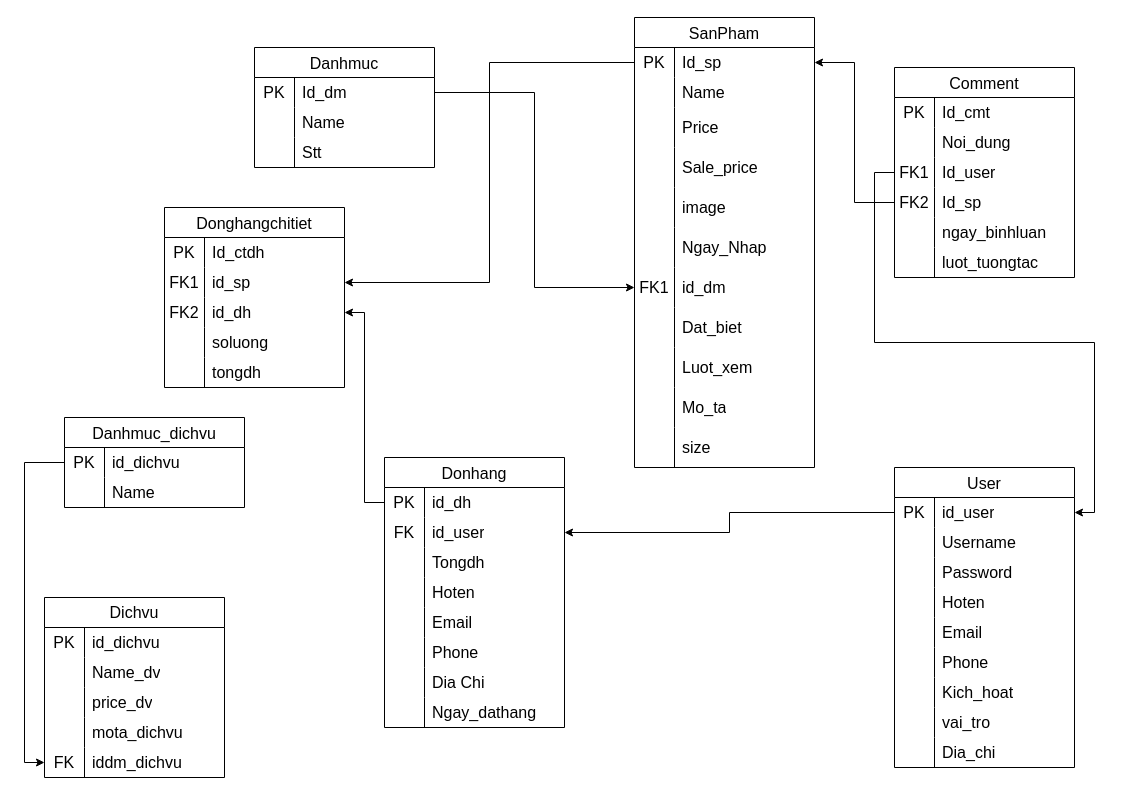
Before: DuAn1.drawio in taipt204/web1043-web18304, a draw.io diagram. Source tidied: cells renumbered, new cells numbered last; positions are measured from the earlier drawing's top-left corner, leaving out a move shared by most shapes. Both pictures are drawn from the tidied source at 100%, with x=0, y=0 at pixel (44, 17).
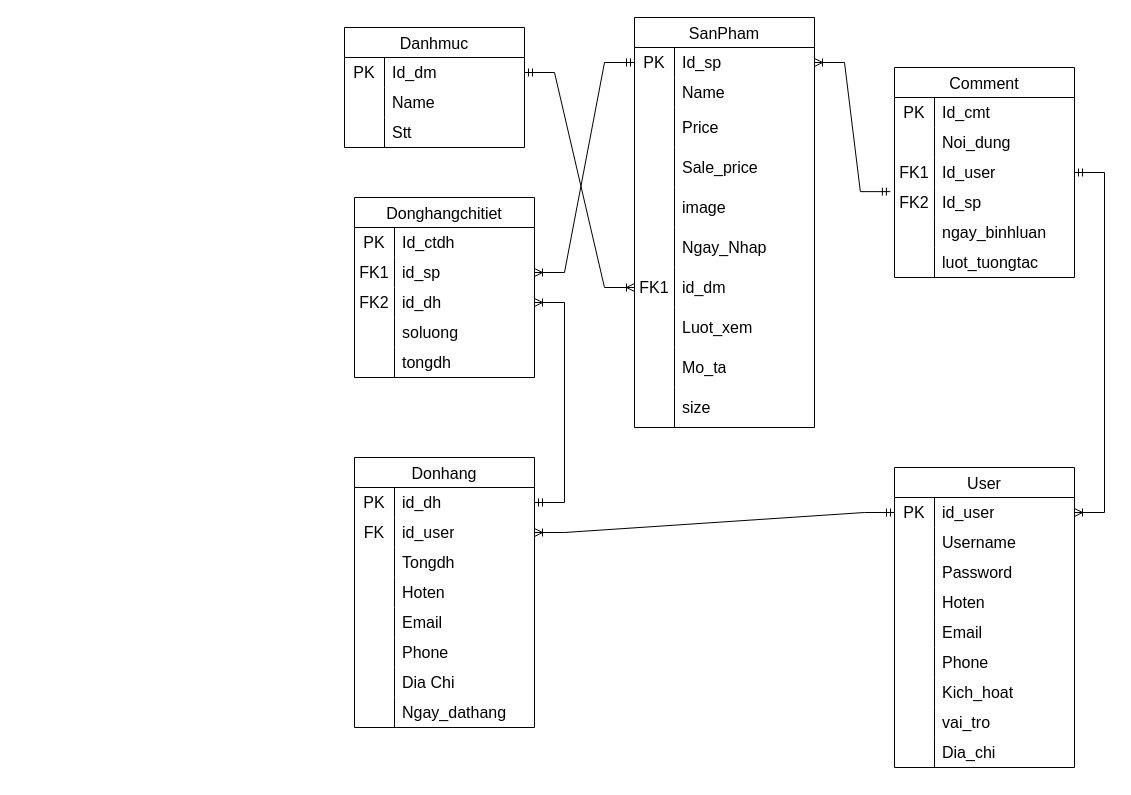
Above is the later version.

Commit message:
Cập nhật DuAn1.drawio

The change refers to these unchanged cells:
```xml
<mxCell id="3" style="shape=tableRow;horizontal=0;startSize=0;swimlaneHead=0;swimlaneBody=0;top=0;left=0;bottom=0;right=0;fillColor=none;points=[[0,0.5],[1,0.5]];portConstraint=eastwest;strokeColor=inherit;fontSize=16;" parent="2" vertex="1">
  <mxGeometry y="30" width="180" height="30" as="geometry" />
</mxCell>
<mxCell id="13" style="shape=tableRow;horizontal=0;startSize=0;swimlaneHead=0;swimlaneBody=0;top=0;left=0;bottom=0;right=0;fillColor=none;points=[[0,0.5],[1,0.5]];portConstraint=eastwest;strokeColor=inherit;fontSize=16;" parent="12" vertex="1">
  <mxGeometry y="30" width="180" height="30" as="geometry" />
</mxCell>
<mxCell id="31" style="shape=tableRow;horizontal=0;startSize=0;swimlaneHead=0;swimlaneBody=0;top=0;left=0;bottom=0;right=0;fillColor=none;points=[[0,0.5],[1,0.5]];portConstraint=eastwest;strokeColor=inherit;fontSize=16;" parent="12" vertex="1">
  <mxGeometry y="250" width="180" height="40" as="geometry" />
</mxCell>
<mxCell id="51" style="shape=tableRow;horizontal=0;startSize=0;swimlaneHead=0;swimlaneBody=0;top=0;left=0;bottom=0;right=0;fillColor=none;points=[[0,0.5],[1,0.5]];portConstraint=eastwest;strokeColor=inherit;fontSize=16;" parent="47" vertex="1">
  <mxGeometry y="60" width="180" height="30" as="geometry" />
</mxCell>
<mxCell id="54" style="shape=tableRow;horizontal=0;startSize=0;swimlaneHead=0;swimlaneBody=0;top=0;left=0;bottom=0;right=0;fillColor=none;points=[[0,0.5],[1,0.5]];portConstraint=eastwest;strokeColor=inherit;fontSize=16;" parent="47" vertex="1">
  <mxGeometry y="90" width="180" height="30" as="geometry" />
</mxCell>
<mxCell id="64" style="shape=tableRow;horizontal=0;startSize=0;swimlaneHead=0;swimlaneBody=0;top=0;left=0;bottom=0;right=0;fillColor=none;points=[[0,0.5],[1,0.5]];portConstraint=eastwest;strokeColor=inherit;fontSize=16;" parent="63" vertex="1">
  <mxGeometry y="30" width="180" height="30" as="geometry" />
</mxCell>
<mxCell id="67" style="shape=tableRow;horizontal=0;startSize=0;swimlaneHead=0;swimlaneBody=0;top=0;left=0;bottom=0;right=0;fillColor=none;points=[[0,0.5],[1,0.5]];portConstraint=eastwest;strokeColor=inherit;fontSize=16;" parent="63" vertex="1">
  <mxGeometry y="60" width="180" height="30" as="geometry" />
</mxCell>
<mxCell id="91" style="shape=tableRow;horizontal=0;startSize=0;swimlaneHead=0;swimlaneBody=0;top=0;left=0;bottom=0;right=0;fillColor=none;points=[[0,0.5],[1,0.5]];portConstraint=eastwest;strokeColor=inherit;fontSize=16;" parent="90" vertex="1">
  <mxGeometry y="30" width="180" height="30" as="geometry" />
</mxCell>
<mxCell id="126" style="shape=tableRow;horizontal=0;startSize=0;swimlaneHead=0;swimlaneBody=0;top=0;left=0;bottom=0;right=0;fillColor=none;points=[[0,0.5],[1,0.5]];portConstraint=eastwest;strokeColor=inherit;fontSize=16;" parent="119" vertex="1">
  <mxGeometry y="90" width="180" height="30" as="geometry" />
</mxCell>
<mxCell id="129" style="shape=tableRow;horizontal=0;startSize=0;swimlaneHead=0;swimlaneBody=0;top=0;left=0;bottom=0;right=0;fillColor=none;points=[[0,0.5],[1,0.5]];portConstraint=eastwest;strokeColor=inherit;fontSize=16;" parent="119" vertex="1">
  <mxGeometry y="120" width="180" height="30" as="geometry" />
</mxCell>
```

Change to the diagram source:
```diff
@@
     <mxCell id="2" value="Danhmuc" style="shape=table;startSize=30;childLayout=tableLayout;rowLines=0;fontStyle=0;strokeColor=default;fontSize=16;" parent="1" vertex="1">
-      <mxGeometry x="210" y="30" width="180" height="120" as="geometry" />
+      <mxGeometry x="300" y="10" width="180" height="120" as="geometry" />
     </mxCell>
@@
     <mxCell id="12" value="SanPham" style="shape=table;startSize=30;childLayout=tableLayout;rowLines=0;fontStyle=0;strokeColor=default;fontSize=16;" parent="1" vertex="1">
-      <mxGeometry x="590" width="180" height="450" as="geometry" />
+      <mxGeometry x="590" width="180" height="410" as="geometry" />
     </mxCell>
@@
-    <mxCell id="34" style="shape=tableRow;horizontal=0;startSize=0;swimlaneHead=0;swimlaneBody=0;top=0;left=0;bottom=0;right=0;fillColor=none;strokeColor=inherit;fontSize=16;" parent="12" vertex="1">
-      <mxGeometry y="290" width="180" height="40" as="geometry" />
-    </mxCell>
-    <mxCell id="35" style="shape=partialRectangle;html=1;whiteSpace=wrap;fillColor=none;top=0;left=0;bottom=0;right=0;overflow=hidden;strokeColor=inherit;fontSize=16;" parent="34" vertex="1">
-      <mxGeometry width="40" height="40" as="geometry" />
-    </mxCell>
-    <mxCell id="36" value="Dat_biet" style="shape=partialRectangle;html=1;whiteSpace=wrap;fillColor=none;top=0;left=0;bottom=0;right=0;align=left;spacingLeft=6;overflow=hidden;strokeColor=inherit;fontSize=16;" parent="34" vertex="1">
-      <mxGeometry x="40" width="140" height="40" as="geometry" />
-    </mxCell>
     <mxCell id="37" style="shape=tableRow;horizontal=0;startSize=0;swimlaneHead=0;swimlaneBody=0;top=0;left=0;bottom=0;right=0;fillColor=none;strokeColor=inherit;fontSize=16;" parent="12" vertex="1">
-      <mxGeometry y="330" width="180" height="40" as="geometry" />
+      <mxGeometry y="290" width="180" height="40" as="geometry" />
     </mxCell>
@@
     <mxCell id="40" style="shape=tableRow;horizontal=0;startSize=0;swimlaneHead=0;swimlaneBody=0;top=0;left=0;bottom=0;right=0;fillColor=none;strokeColor=inherit;fontSize=16;" parent="12" vertex="1">
-      <mxGeometry y="370" width="180" height="40" as="geometry" />
+      <mxGeometry y="330" width="180" height="40" as="geometry" />
     </mxCell>
@@
     <mxCell id="43" style="shape=tableRow;horizontal=0;startSize=0;swimlaneHead=0;swimlaneBody=0;top=0;left=0;bottom=0;right=0;fillColor=none;strokeColor=inherit;fontSize=16;" parent="12" vertex="1">
-      <mxGeometry y="410" width="180" height="40" as="geometry" />
+      <mxGeometry y="370" width="180" height="40" as="geometry" />
     </mxCell>
@@
-    <mxCell id="46" style="edgeStyle=orthogonalEdgeStyle;rounded=0;jettySize=auto;html=1;" parent="1" edge="1" source="3" target="31">
-      <mxGeometry relative="1" as="geometry" />
-    </mxCell>
     <mxCell id="47" value="Donghangchitiet" style="shape=table;startSize=30;childLayout=tableLayout;rowLines=0;fontStyle=0;strokeColor=default;fontSize=16;" parent="1" vertex="1">
-      <mxGeometry x="120" y="190" width="180" height="180" as="geometry" />
+      <mxGeometry x="310" y="180" width="180" height="180" as="geometry" />
     </mxCell>
@@
     <mxCell id="63" value="Donhang" style="shape=table;startSize=30;childLayout=tableLayout;rowLines=0;fontStyle=0;strokeColor=default;fontSize=16;" parent="1" vertex="1">
-      <mxGeometry x="340" y="440" width="180" height="270" as="geometry" />
+      <mxGeometry x="310" y="440" width="180" height="270" as="geometry" />
     </mxCell>
@@
-    <mxCell id="88" style="edgeStyle=orthogonalEdgeStyle;rounded=0;jettySize=auto;html=1;" parent="1" edge="1" source="64" target="54">
-      <mxGeometry relative="1" as="geometry" />
-    </mxCell>
-    <mxCell id="89" style="edgeStyle=orthogonalEdgeStyle;rounded=0;jettySize=auto;html=1;entryX=1;entryY=0.5;entryDx=0;entryDy=0;" parent="1" edge="1" source="13" target="51">
-      <mxGeometry relative="1" as="geometry" />
-    </mxCell>
@@
-    <mxCell id="118" style="edgeStyle=orthogonalEdgeStyle;rounded=0;jettySize=auto;html=1;entryX=1;entryY=0.5;entryDx=0;entryDy=0;" parent="1" edge="1" source="91" target="67">
-      <mxGeometry relative="1" as="geometry" />
-    </mxCell>
@@
+    <mxCell id="46" style="edgeStyle=entityRelationEdgeStyle;fontSize=12;html=1;endArrow=ERoneToMany;startArrow=ERmandOne;rounded=0;entryX=0;entryY=0.5;entryDx=0;entryDy=0;" parent="1" edge="1" source="3" target="31">
+      <mxGeometry relative="1" as="geometry" />
+    </mxCell>
+    <mxCell id="89" style="edgeStyle=entityRelationEdgeStyle;fontSize=12;html=1;endArrow=ERoneToMany;startArrow=ERmandOne;rounded=0;exitX=0;exitY=0.5;exitDx=0;exitDy=0;" parent="1" edge="1" source="13" target="51">
+      <mxGeometry relative="1" as="geometry" />
+    </mxCell>
+    <mxCell id="88" style="edgeStyle=entityRelationEdgeStyle;fontSize=12;html=1;endArrow=ERoneToMany;startArrow=ERmandOne;rounded=0;entryX=1;entryY=0.5;entryDx=0;entryDy=0;" parent="1" edge="1" source="64" target="54">
+      <mxGeometry relative="1" as="geometry" />
+    </mxCell>
-    <mxCell id="138" style="edgeStyle=orthogonalEdgeStyle;rounded=0;jettySize=auto;html=1;" parent="1" edge="1" source="129" target="13">
+    <mxCell id="138" style="edgeStyle=entityRelationEdgeStyle;fontSize=12;html=1;endArrow=ERoneToMany;startArrow=ERmandOne;rounded=0;exitX=-0.023;exitY=0.138;exitDx=0;exitDy=0;exitPerimeter=0;" parent="1" edge="1" source="129" target="13">
       <mxGeometry relative="1" as="geometry" />
     </mxCell>
-    <mxCell id="139" style="edgeStyle=orthogonalEdgeStyle;rounded=0;jettySize=auto;html=1;entryX=1;entryY=0.5;entryDx=0;entryDy=0;strokeColor=#000000;" parent="1" edge="1" source="126" target="91">
+    <mxCell id="139" style="edgeStyle=entityRelationEdgeStyle;fontSize=12;html=1;endArrow=ERoneToMany;startArrow=ERmandOne;rounded=0;" parent="1" edge="1" source="126" target="91">
       <mxGeometry relative="1" as="geometry" />
     </mxCell>
-    <mxCell id="140" value="Dichvu" style="shape=table;startSize=30;childLayout=tableLayout;rowLines=0;fontStyle=0;strokeColor=default;fontSize=16;whiteSpace=wrap;" parent="1" vertex="1">
-      <mxGeometry y="580" width="180" height="180" as="geometry" />
-    </mxCell>
-    <mxCell id="141" style="shape=tableRow;horizontal=0;startSize=0;swimlaneHead=0;swimlaneBody=0;top=0;left=0;bottom=0;right=0;fillColor=none;strokeColor=inherit;fontSize=16;" parent="140" vertex="1">
-      <mxGeometry y="30" width="180" height="30" as="geometry" />
-    </mxCell>
-    <mxCell id="142" value="PK" style="shape=partialRectangle;html=1;whiteSpace=wrap;fillColor=none;top=0;left=0;bottom=0;right=0;overflow=hidden;strokeColor=inherit;fontSize=16;" parent="141" vertex="1">
-      <mxGeometry width="40" height="30" as="geometry" />
-    </mxCell>
-    <mxCell id="143" value="id_dichvu" style="shape=partialRectangle;html=1;whiteSpace=wrap;fillColor=none;top=0;left=0;bottom=0;right=0;align=left;spacingLeft=6;overflow=hidden;strokeColor=inherit;fontSize=16;" parent="141" vertex="1">
-      <mxGeometry x="40" width="140" height="30" as="geometry" />
-    </mxCell>
-    <mxCell id="144" style="shape=tableRow;horizontal=0;startSize=0;swimlaneHead=0;swimlaneBody=0;top=0;left=0;bottom=0;right=0;fillColor=none;strokeColor=inherit;fontSize=16;" parent="140" vertex="1">
-      <mxGeometry y="60" width="180" height="30" as="geometry" />
-    </mxCell>
-    <mxCell id="145" style="shape=partialRectangle;html=1;whiteSpace=wrap;fillColor=none;top=0;left=0;bottom=0;right=0;overflow=hidden;strokeColor=inherit;fontSize=16;" parent="144" vertex="1">
-      <mxGeometry width="40" height="30" as="geometry" />
-    </mxCell>
-    <mxCell id="146" value="Name_dv" style="shape=partialRectangle;html=1;whiteSpace=wrap;fillColor=none;top=0;left=0;bottom=0;right=0;align=left;spacingLeft=6;overflow=hidden;strokeColor=inherit;fontSize=16;" parent="144" vertex="1">
-      <mxGeometry x="40" width="140" height="30" as="geometry" />
-    </mxCell>
-    <mxCell id="147" style="shape=tableRow;horizontal=0;startSize=0;swimlaneHead=0;swimlaneBody=0;top=0;left=0;bottom=0;right=0;fillColor=none;strokeColor=inherit;fontSize=16;" parent="140" vertex="1">
-      <mxGeometry y="90" width="180" height="30" as="geometry" />
-    </mxCell>
-    <mxCell id="148" style="shape=partialRectangle;html=1;whiteSpace=wrap;fillColor=none;top=0;left=0;bottom=0;right=0;overflow=hidden;strokeColor=inherit;fontSize=16;" parent="147" vertex="1">
-      <mxGeometry width="40" height="30" as="geometry" />
-    </mxCell>
-    <mxCell id="149" value="price_dv" style="shape=partialRectangle;html=1;whiteSpace=wrap;fillColor=none;top=0;left=0;bottom=0;right=0;align=left;spacingLeft=6;overflow=hidden;strokeColor=inherit;fontSize=16;" parent="147" vertex="1">
-      <mxGeometry x="40" width="140" height="30" as="geometry" />
-    </mxCell>
-    <mxCell id="150" style="shape=tableRow;horizontal=0;startSize=0;swimlaneHead=0;swimlaneBody=0;top=0;left=0;bottom=0;right=0;fillColor=none;strokeColor=inherit;fontSize=16;" parent="140" vertex="1">
-      <mxGeometry y="120" width="180" height="30" as="geometry" />
-    </mxCell>
-    <mxCell id="151" style="shape=partialRectangle;html=1;whiteSpace=wrap;fillColor=none;top=0;left=0;bottom=0;right=0;overflow=hidden;strokeColor=inherit;fontSize=16;" parent="150" vertex="1">
-      <mxGeometry width="40" height="30" as="geometry" />
-    </mxCell>
-    <mxCell id="152" value="mota_dichvu" style="shape=partialRectangle;html=1;whiteSpace=wrap;fillColor=none;top=0;left=0;bottom=0;right=0;align=left;spacingLeft=6;overflow=hidden;strokeColor=inherit;fontSize=16;" parent="150" vertex="1">
-      <mxGeometry x="40" width="140" height="30" as="geometry" />
-    </mxCell>
-    <mxCell id="153" style="shape=tableRow;horizontal=0;startSize=0;swimlaneHead=0;swimlaneBody=0;top=0;left=0;bottom=0;right=0;fillColor=none;points=[[0,0.5],[1,0.5]];portConstraint=eastwest;strokeColor=inherit;fontSize=16;" parent="140" vertex="1">
-      <mxGeometry y="150" width="180" height="30" as="geometry" />
-    </mxCell>
-    <mxCell id="154" value="FK" style="shape=partialRectangle;html=1;whiteSpace=wrap;fillColor=none;top=0;left=0;bottom=0;right=0;overflow=hidden;strokeColor=inherit;fontSize=16;" parent="153" vertex="1">
-      <mxGeometry width="40" height="30" as="geometry" />
-    </mxCell>
-    <mxCell id="155" value="iddm_dichvu" style="shape=partialRectangle;html=1;whiteSpace=wrap;fillColor=none;top=0;left=0;bottom=0;right=0;align=left;spacingLeft=6;overflow=hidden;strokeColor=inherit;fontSize=16;" parent="153" vertex="1">
-      <mxGeometry x="40" width="140" height="30" as="geometry" />
-    </mxCell>
-    <mxCell id="156" value="Danhmuc_dichvu" style="shape=table;startSize=30;childLayout=tableLayout;rowLines=0;fontStyle=0;strokeColor=default;fontSize=16;" parent="1" vertex="1">
-      <mxGeometry x="20" y="400" width="180" height="90" as="geometry" />
-    </mxCell>
-    <mxCell id="157" style="shape=tableRow;horizontal=0;startSize=0;swimlaneHead=0;swimlaneBody=0;top=0;left=0;bottom=0;right=0;fillColor=none;points=[[0,0.5],[1,0.5]];portConstraint=eastwest;strokeColor=inherit;fontSize=16;" parent="156" vertex="1">
-      <mxGeometry y="30" width="180" height="30" as="geometry" />
-    </mxCell>
-    <mxCell id="158" value="PK" style="shape=partialRectangle;html=1;whiteSpace=wrap;fillColor=none;top=0;left=0;bottom=0;right=0;overflow=hidden;strokeColor=inherit;fontSize=16;" parent="157" vertex="1">
-      <mxGeometry width="40" height="30" as="geometry" />
-    </mxCell>
-    <mxCell id="159" value="id_dichvu" style="shape=partialRectangle;html=1;whiteSpace=wrap;fillColor=none;top=0;left=0;bottom=0;right=0;align=left;spacingLeft=6;overflow=hidden;strokeColor=inherit;fontSize=16;" parent="157" vertex="1">
-      <mxGeometry x="40" width="140" height="30" as="geometry" />
-    </mxCell>
-    <mxCell id="160" style="shape=tableRow;horizontal=0;startSize=0;swimlaneHead=0;swimlaneBody=0;top=0;left=0;bottom=0;right=0;fillColor=none;strokeColor=inherit;fontSize=16;" parent="156" vertex="1">
-      <mxGeometry y="60" width="180" height="30" as="geometry" />
-    </mxCell>
-    <mxCell id="161" style="shape=partialRectangle;html=1;whiteSpace=wrap;fillColor=none;top=0;left=0;bottom=0;right=0;overflow=hidden;strokeColor=inherit;fontSize=16;" parent="160" vertex="1">
-      <mxGeometry width="40" height="30" as="geometry" />
-    </mxCell>
-    <mxCell id="162" value="Name" style="shape=partialRectangle;html=1;whiteSpace=wrap;fillColor=none;top=0;left=0;bottom=0;right=0;align=left;spacingLeft=6;overflow=hidden;strokeColor=inherit;fontSize=16;" parent="160" vertex="1">
-      <mxGeometry x="40" width="140" height="30" as="geometry" />
-    </mxCell>
-    <mxCell id="163" style="edgeStyle=orthogonalEdgeStyle;rounded=0;jettySize=auto;html=1;entryX=0;entryY=0.5;entryDx=0;entryDy=0;" parent="1" edge="1" source="157" target="153">
-      <mxGeometry relative="1" as="geometry" />
-    </mxCell>
+    <mxCell id="118" style="edgeStyle=entityRelationEdgeStyle;fontSize=12;html=1;endArrow=ERoneToMany;startArrow=ERmandOne;rounded=0;" parent="1" edge="1" source="91" target="67">
+      <mxGeometry relative="1" as="geometry" />
+    </mxCell>
```
